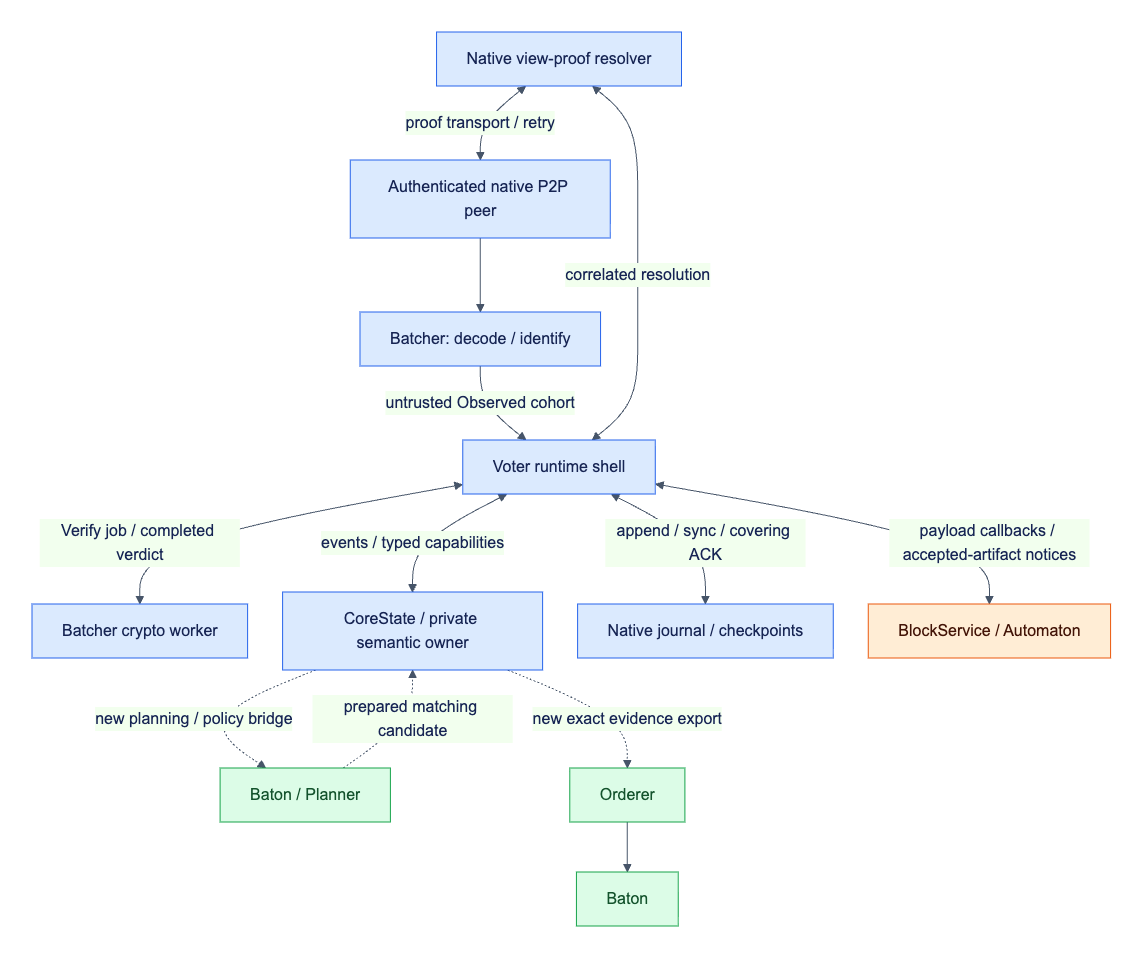
Earlier version of the Mermaid export docs/assets/diagrams/diagram-16.png (djm07073/baton-research). Its source is kept beside it as docs/assets/diagrams/diagram-16.mmd.
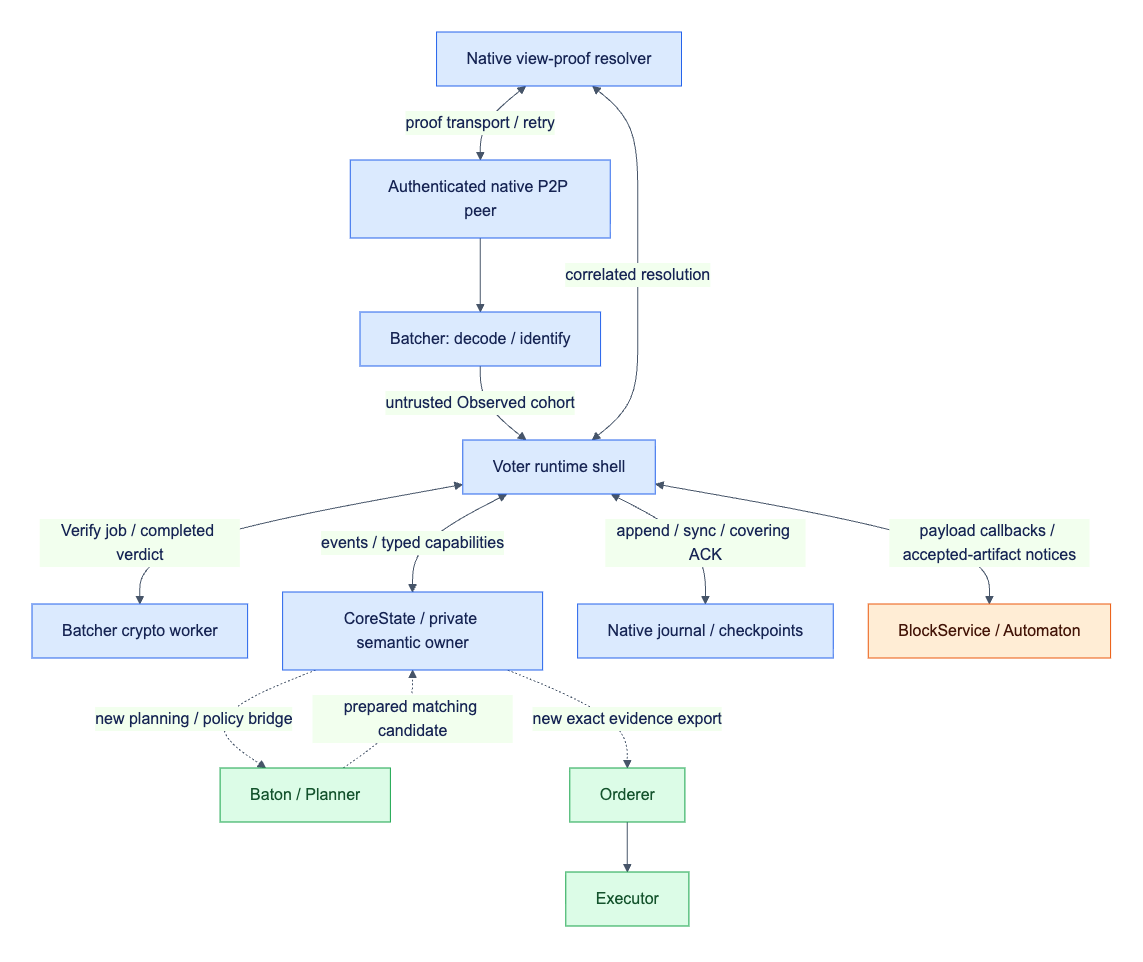
Above is the later version.

What changed in the source:
```diff
@@ -10,7 +10,7 @@
     C -. new planning / policy bridge .-> P[Baton / Planner]
     P -. prepared matching candidate .-> C
     C -. new exact evidence export .-> D[Orderer]
-    D --> E[Baton]
+    D --> E[Executor]
     classDef reuse fill:#dbeafe,stroke:#2563eb,color:#172554;
     classDef adapt fill:#ffedd5,stroke:#ea580c,color:#431407;
     classDef fresh fill:#dcfce7,stroke:#16a34a,color:#14532d;
```
